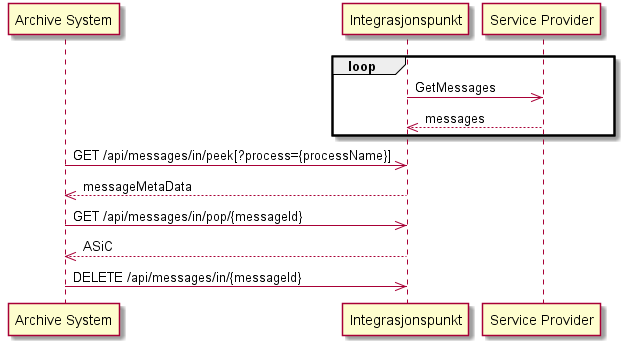
Before: images/eformidling/messages-in.png, a diagram exported from PlantUML (felleslosninger/docs). The source it was exported from:
```plantuml
@startuml
    participant "Archive System" as fs
    participant "Integrasjonspunkt" as ip
    participant "Service Provider" as mf

    loop
        ip->>mf: GetMessages
        mf-->>ip: messages
    end

    fs->>ip: GET /api/messages/in/peek[?process={processName}]
    ip-->>fs: messageMetaData
    fs->>ip: GET /api/messages/in/pop/{messageId}
    ip-->>fs: ASiC
    fs->>ip: DELETE /api/messages/in/{messageId}
@enduml
```
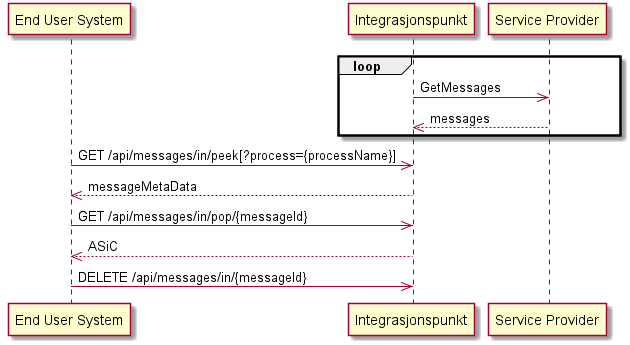
The same file after the commit.

What changed in the source:
```diff
@@ -1,5 +1,5 @@
 @startuml
-    participant "Archive System" as fs
+    participant "End User System" as fs
     participant "Integrasjonspunkt" as ip
     participant "Service Provider" as mf
 
```
